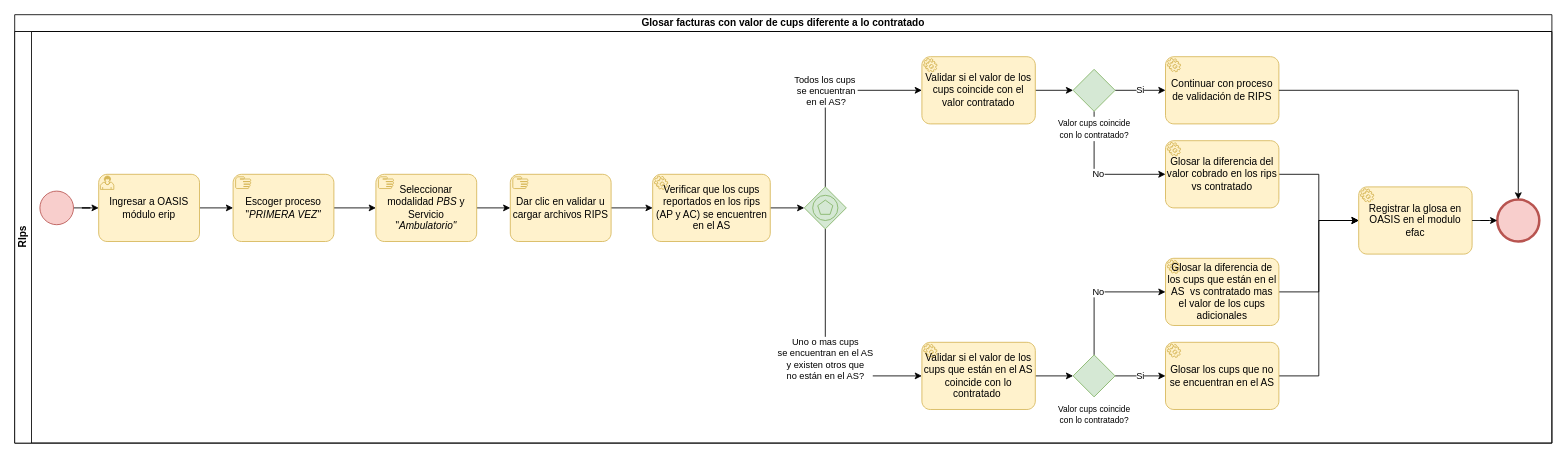
Above: Glosar cups con factura diferente a la contratada.drawio in kevinjporto/Diagramas-de-procesos (draw.io), before the change. Source tidied: cells renumbered, new cells numbered last; positions are measured from the earlier drawing's top-left corner, leaving out a move shared by most shapes. Both pictures are drawn from the tidied source at 84%, with x=0, y=0 at pixel (14, 14).
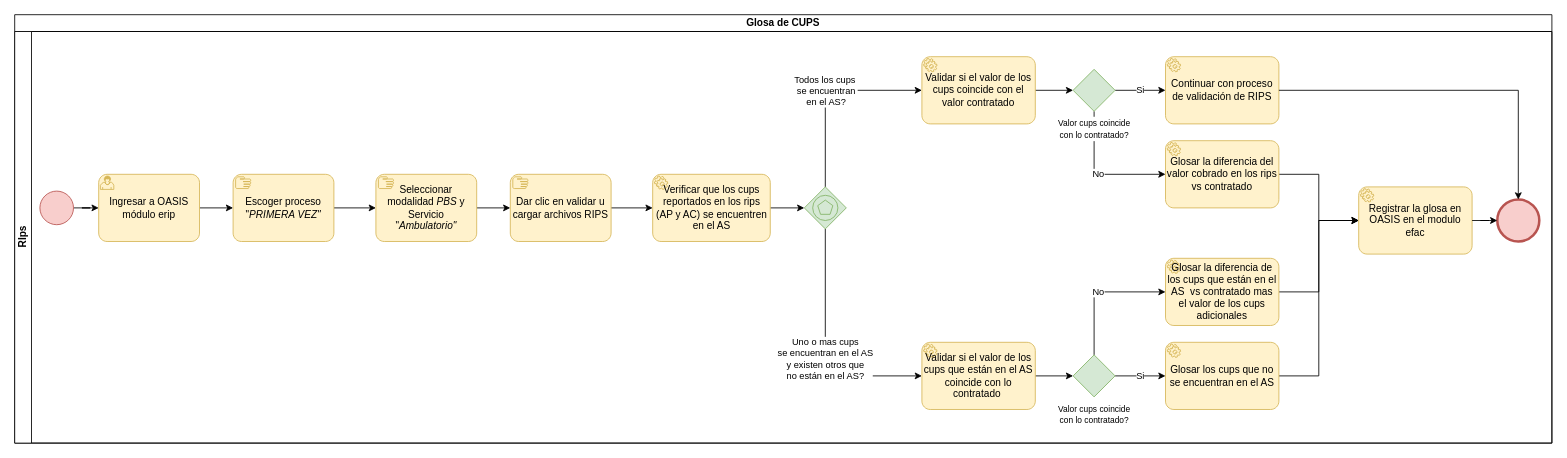
The same page after the edit.

Change to the diagram source:
```diff
@@
-    <mxCell id="2" value="Glosar facturas con valor de cups diferente a lo contratado" style="swimlane;html=1;horizontal=1;startSize=20;whiteSpace=wrap;" parent="1" vertex="1">
+    <mxCell id="2" value="Glosa de CUPS" style="swimlane;html=1;horizontal=1;startSize=20;whiteSpace=wrap;" parent="1" vertex="1">
       <mxGeometry width="1830" height="510" as="geometry" />
     </mxCell>
```
